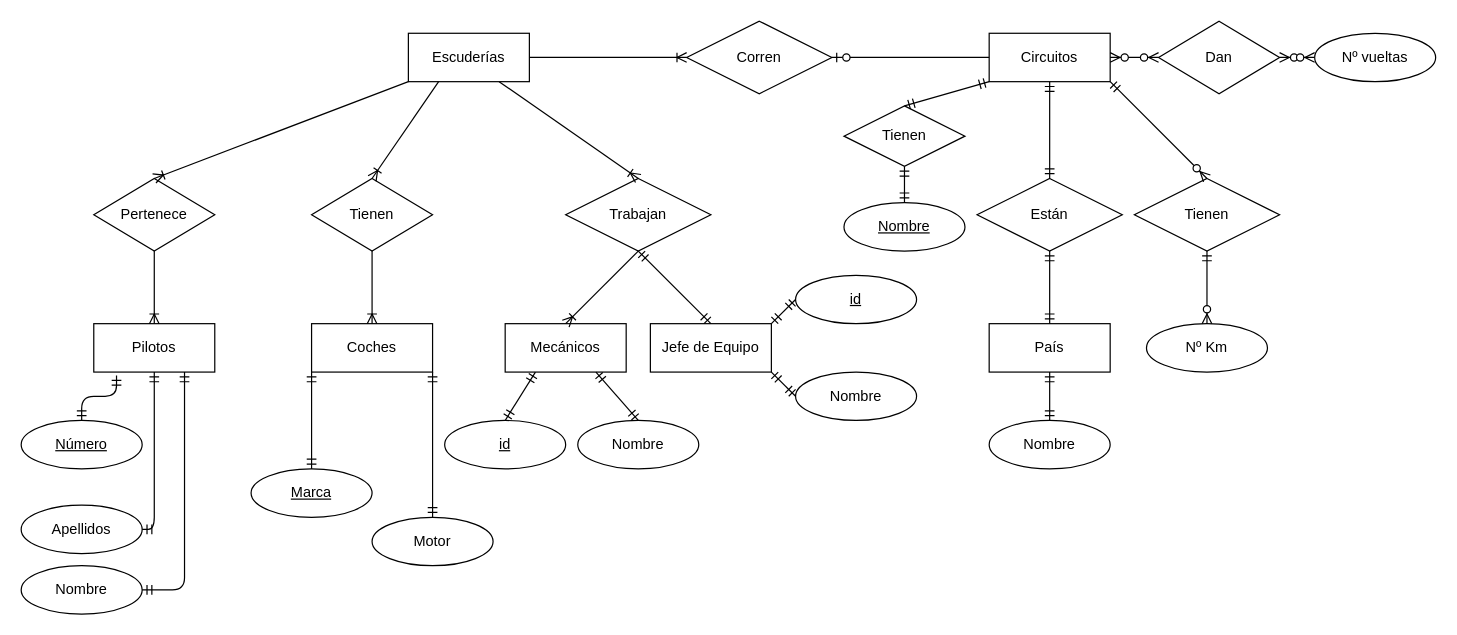
This is F1.drawio from CurtoBrull/fundamentos_bd, a draw.io file, before an edit. Source tidied: cells renumbered, new cells numbered last; positions are measured from the earlier drawing's top-left corner, leaving out a move shared by most shapes. Both pictures are drawn from the tidied source at 121%, with x=0, y=0 at pixel (21, 21).
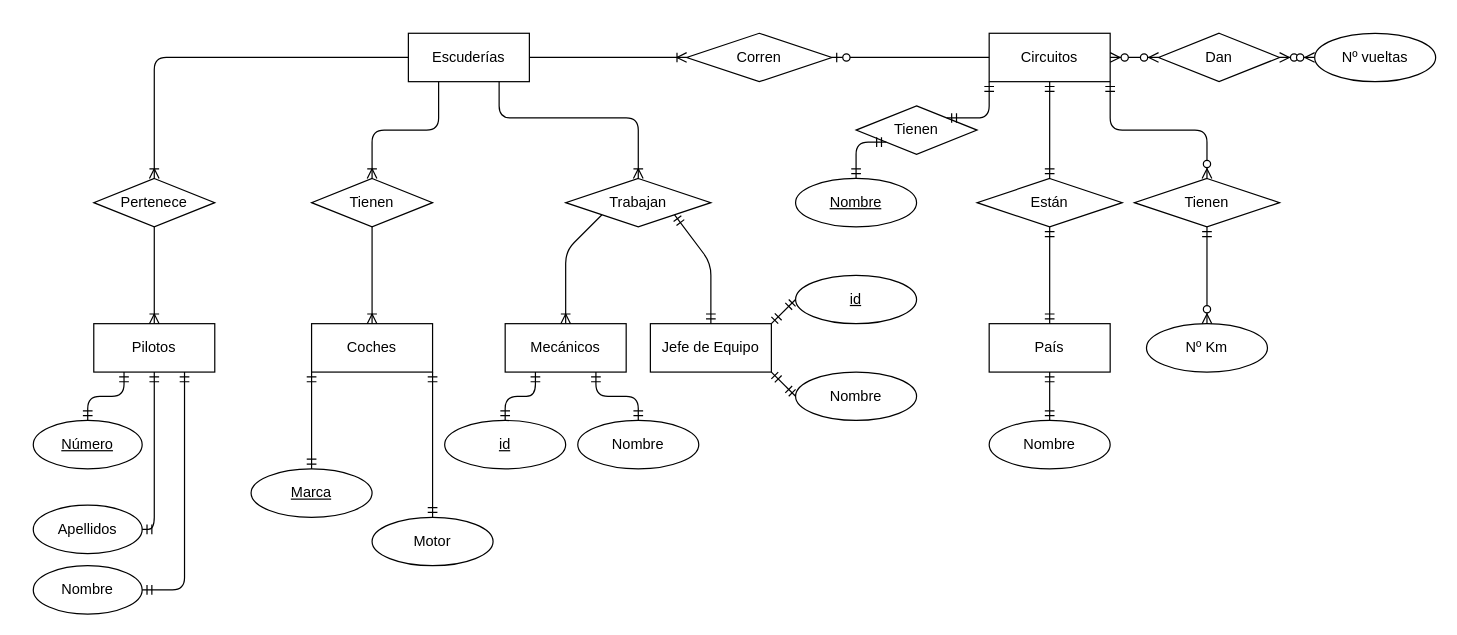
The same page after the edit.

Unchanged cells that the change refers to:
```xml
<mxCell id="2" value="Escuderías" style="whiteSpace=wrap;html=1;align=center;" parent="1" vertex="1">
  <mxGeometry x="320" y="10" width="100" height="40" as="geometry" />
</mxCell>
<mxCell id="3" value="Pilotos" style="whiteSpace=wrap;html=1;align=center;" parent="1" vertex="1">
  <mxGeometry x="60" y="250" width="100" height="40" as="geometry" />
</mxCell>
<mxCell id="10" value="Mecánicos" style="whiteSpace=wrap;html=1;align=center;" parent="1" vertex="1">
  <mxGeometry x="400" y="250" width="100" height="40" as="geometry" />
</mxCell>
<mxCell id="11" value="Jefe de Equipo" style="whiteSpace=wrap;html=1;align=center;" parent="1" vertex="1">
  <mxGeometry x="520" y="250" width="100" height="40" as="geometry" />
</mxCell>
<mxCell id="13" value="Circuitos" style="whiteSpace=wrap;html=1;align=center;" parent="1" vertex="1">
  <mxGeometry x="800" y="10" width="100" height="40" as="geometry" />
</mxCell>
<mxCell id="33" value="id" style="ellipse;whiteSpace=wrap;html=1;align=center;fontStyle=4;" parent="1" vertex="1">
  <mxGeometry x="350" y="330" width="100" height="40" as="geometry" />
</mxCell>
<mxCell id="43" value="Nombre" style="ellipse;whiteSpace=wrap;html=1;align=center;" parent="1" vertex="1">
  <mxGeometry x="460" y="330" width="100" height="40" as="geometry" />
</mxCell>
```

The edit, as a diff of the source:
```diff
@@
     <mxCell id="4" value="Pertenece" style="shape=rhombus;perimeter=rhombusPerimeter;whiteSpace=wrap;html=1;align=center;" parent="1" vertex="1">
-      <mxGeometry x="60" y="130" width="100" height="60" as="geometry" />
+      <mxGeometry x="60" y="130" width="100" height="40" as="geometry" />
     </mxCell>
-    <mxCell id="5" style="fontSize=12;html=1;endArrow=ERoneToMany;exitX=0;exitY=1;exitDx=0;exitDy=0;entryX=0.5;entryY=0;entryDx=0;entryDy=0;" parent="1" edge="1" source="2" target="4">
-      <mxGeometry relative="1" as="geometry" />
+    <mxCell id="5" style="fontSize=12;html=1;endArrow=ERoneToMany;exitX=0;exitY=0.5;exitDx=0;exitDy=0;entryX=0.5;entryY=0;entryDx=0;entryDy=0;" parent="1" edge="1" source="2" target="4">
+      <mxGeometry relative="1" as="geometry">
+        <Array as="points">
+          <mxPoint x="110" y="30" />
+        </Array>
+      </mxGeometry>
     </mxCell>
@@
     <mxCell id="7" value="Tienen" style="shape=rhombus;perimeter=rhombusPerimeter;whiteSpace=wrap;html=1;align=center;" parent="1" vertex="1">
-      <mxGeometry x="240" y="130" width="100" height="60" as="geometry" />
+      <mxGeometry x="240" y="130" width="100" height="40" as="geometry" />
     </mxCell>
@@
     <mxCell id="9" value="Trabajan" style="shape=rhombus;perimeter=rhombusPerimeter;whiteSpace=wrap;html=1;align=center;" parent="1" vertex="1">
-      <mxGeometry x="450" y="130" width="120" height="60" as="geometry" />
+      <mxGeometry x="450" y="130" width="120" height="40" as="geometry" />
     </mxCell>
@@
     <mxCell id="12" value="Corren" style="shape=rhombus;perimeter=rhombusPerimeter;whiteSpace=wrap;html=1;align=center;" parent="1" vertex="1">
-      <mxGeometry x="550" width="120" height="60" as="geometry" />
+      <mxGeometry x="550" y="10" width="120" height="40" as="geometry" />
     </mxCell>
@@
     <mxCell id="14" value="Están" style="shape=rhombus;perimeter=rhombusPerimeter;whiteSpace=wrap;html=1;align=center;" parent="1" vertex="1">
-      <mxGeometry x="790" y="130" width="120" height="60" as="geometry" />
+      <mxGeometry x="790" y="130" width="120" height="40" as="geometry" />
     </mxCell>
@@
     <mxCell id="16" value="Tienen" style="shape=rhombus;perimeter=rhombusPerimeter;whiteSpace=wrap;html=1;align=center;" parent="1" vertex="1">
-      <mxGeometry x="920" y="130" width="120" height="60" as="geometry" />
+      <mxGeometry x="920" y="130" width="120" height="40" as="geometry" />
     </mxCell>
     <mxCell id="17" value="Dan" style="shape=rhombus;perimeter=rhombusPerimeter;whiteSpace=wrap;html=1;align=center;" parent="1" vertex="1">
-      <mxGeometry x="940" width="100" height="60" as="geometry" />
+      <mxGeometry x="940" y="10" width="100" height="40" as="geometry" />
     </mxCell>
     <mxCell id="18" style="fontSize=12;html=1;endArrow=ERoneToMany;entryX=0.5;entryY=0;entryDx=0;entryDy=0;exitX=0.25;exitY=1;exitDx=0;exitDy=0;" parent="1" edge="1" source="2" target="7">
-      <mxGeometry relative="1" as="geometry" />
+      <mxGeometry relative="1" as="geometry">
+        <Array as="points">
+          <mxPoint x="345" y="90" />
+          <mxPoint x="290" y="90" />
+        </Array>
+      </mxGeometry>
     </mxCell>
@@
     <mxCell id="20" style="fontSize=12;html=1;endArrow=ERoneToMany;entryX=0.5;entryY=0;entryDx=0;entryDy=0;exitX=0.75;exitY=1;exitDx=0;exitDy=0;" parent="1" edge="1" source="2" target="9">
-      <mxGeometry relative="1" as="geometry" />
+      <mxGeometry relative="1" as="geometry">
+        <Array as="points">
+          <mxPoint x="395" y="80" />
+          <mxPoint x="510" y="80" />
+        </Array>
+      </mxGeometry>
     </mxCell>
-    <mxCell id="21" style="fontSize=12;html=1;endArrow=ERoneToMany;entryX=0.5;entryY=0;entryDx=0;entryDy=0;exitX=0.5;exitY=1;exitDx=0;exitDy=0;" parent="1" edge="1" source="9" target="10">
-      <mxGeometry relative="1" as="geometry" />
+    <mxCell id="21" style="fontSize=12;html=1;endArrow=ERoneToMany;entryX=0.5;entryY=0;entryDx=0;entryDy=0;exitX=0;exitY=1;exitDx=0;exitDy=0;" parent="1" edge="1" source="9" target="10">
+      <mxGeometry relative="1" as="geometry">
+        <Array as="points">
+          <mxPoint x="450" y="190" />
+        </Array>
+      </mxGeometry>
     </mxCell>
-    <mxCell id="22" style="fontSize=12;html=1;endArrow=ERmandOne;startArrow=ERmandOne;exitX=0.5;exitY=0;exitDx=0;exitDy=0;entryX=0.5;entryY=1;entryDx=0;entryDy=0;" parent="1" edge="1" source="11" target="9">
-      <mxGeometry relative="1" as="geometry" />
+    <mxCell id="22" style="fontSize=12;html=1;endArrow=ERmandOne;startArrow=ERmandOne;exitX=0.5;exitY=0;exitDx=0;exitDy=0;entryX=1;entryY=1;entryDx=0;entryDy=0;" parent="1" edge="1" source="11" target="9">
+      <mxGeometry relative="1" as="geometry">
+        <Array as="points">
+          <mxPoint x="570" y="200" />
+        </Array>
+      </mxGeometry>
     </mxCell>
@@
     <mxCell id="30" style="fontSize=12;html=1;endArrow=ERzeroToMany;startArrow=ERmandOne;exitX=1;exitY=1;exitDx=0;exitDy=0;entryX=0.5;entryY=0;entryDx=0;entryDy=0;" parent="1" edge="1" source="13" target="16">
-      <mxGeometry relative="1" as="geometry" />
+      <mxGeometry relative="1" as="geometry">
+        <Array as="points">
+          <mxPoint x="900" y="90" />
+          <mxPoint x="980" y="90" />
+        </Array>
+      </mxGeometry>
     </mxCell>
     <mxCell id="31" value="Número" style="ellipse;whiteSpace=wrap;html=1;align=center;fontStyle=4;" parent="1" vertex="1">
-      <mxGeometry y="330" width="100" height="40" as="geometry" />
+      <mxGeometry x="10" y="330" width="90" height="40" as="geometry" />
     </mxCell>
@@
     <mxCell id="35" value="Apellidos" style="ellipse;whiteSpace=wrap;html=1;align=center;" parent="1" vertex="1">
-      <mxGeometry y="400" width="100" height="40" as="geometry" />
+      <mxGeometry x="10" y="400" width="90" height="40" as="geometry" />
     </mxCell>
     <mxCell id="36" value="Nombre" style="ellipse;whiteSpace=wrap;html=1;align=center;" parent="1" vertex="1">
-      <mxGeometry y="450" width="100" height="40" as="geometry" />
+      <mxGeometry x="10" y="450" width="90" height="40" as="geometry" />
     </mxCell>
-    <mxCell id="37" style="edgeStyle=orthogonalEdgeStyle;fontSize=12;html=1;endArrow=ERmandOne;startArrow=ERmandOne;entryX=0.188;entryY=1.07;entryDx=0;entryDy=0;exitX=0.5;exitY=0;exitDx=0;exitDy=0;entryPerimeter=0;" parent="1" edge="1" source="31" target="3">
+    <mxCell id="37" style="edgeStyle=orthogonalEdgeStyle;fontSize=12;html=1;endArrow=ERmandOne;startArrow=ERmandOne;entryX=0.25;entryY=1;entryDx=0;entryDy=0;exitX=0.5;exitY=0;exitDx=0;exitDy=0;" parent="1" edge="1" source="31" target="3">
       <mxGeometry relative="1" as="geometry" />
     </mxCell>
@@
     <mxCell id="45" style="fontSize=12;html=1;endArrow=ERmandOne;startArrow=ERmandOne;entryX=0.25;entryY=1;entryDx=0;entryDy=0;exitX=0.5;exitY=0;exitDx=0;exitDy=0;" parent="1" edge="1" source="33" target="10">
-      <mxGeometry relative="1" as="geometry" />
+      <mxGeometry relative="1" as="geometry">
+        <Array as="points">
+          <mxPoint x="400" y="310" />
+          <mxPoint x="425" y="310" />
+        </Array>
+      </mxGeometry>
     </mxCell>
     <mxCell id="46" style="fontSize=12;html=1;endArrow=ERmandOne;startArrow=ERmandOne;entryX=0.75;entryY=1;entryDx=0;entryDy=0;exitX=0.5;exitY=0;exitDx=0;exitDy=0;" parent="1" edge="1" source="43" target="10">
-      <mxGeometry relative="1" as="geometry" />
+      <mxGeometry relative="1" as="geometry">
+        <Array as="points">
+          <mxPoint x="510" y="310" />
+          <mxPoint x="475" y="310" />
+        </Array>
+      </mxGeometry>
     </mxCell>
@@
     <mxCell id="52" value="Tienen" style="shape=rhombus;perimeter=rhombusPerimeter;whiteSpace=wrap;html=1;align=center;" parent="1" vertex="1">
-      <mxGeometry x="680" y="70" width="100" height="50" as="geometry" />
+      <mxGeometry x="690" y="70" width="100" height="40" as="geometry" />
     </mxCell>
     <mxCell id="53" value="Nombre" style="ellipse;whiteSpace=wrap;html=1;align=center;fontStyle=4;" parent="1" vertex="1">
-      <mxGeometry x="680" y="150" width="100" height="40" as="geometry" />
+      <mxGeometry x="640" y="130" width="100" height="40" as="geometry" />
     </mxCell>
-    <mxCell id="54" style="fontSize=12;html=1;endArrow=ERmandOne;startArrow=ERmandOne;entryX=0.5;entryY=0;entryDx=0;entryDy=0;exitX=0;exitY=1;exitDx=0;exitDy=0;" parent="1" edge="1" source="13" target="52">
-      <mxGeometry relative="1" as="geometry" />
+    <mxCell id="54" style="fontSize=12;html=1;endArrow=ERmandOne;startArrow=ERmandOne;entryX=1;entryY=0;entryDx=0;entryDy=0;exitX=0;exitY=1;exitDx=0;exitDy=0;" parent="1" edge="1" source="13" target="52">
+      <mxGeometry relative="1" as="geometry">
+        <Array as="points">
+          <mxPoint x="800" y="80" />
+        </Array>
+      </mxGeometry>
     </mxCell>
-    <mxCell id="55" style="fontSize=12;html=1;endArrow=ERmandOne;startArrow=ERmandOne;entryX=0.5;entryY=1;entryDx=0;entryDy=0;exitX=0.5;exitY=0;exitDx=0;exitDy=0;" parent="1" edge="1" source="53" target="52">
-      <mxGeometry relative="1" as="geometry" />
+    <mxCell id="55" style="fontSize=12;html=1;endArrow=ERmandOne;startArrow=ERmandOne;entryX=0;entryY=1;entryDx=0;entryDy=0;exitX=0.5;exitY=0;exitDx=0;exitDy=0;" parent="1" edge="1" source="53" target="52">
+      <mxGeometry relative="1" as="geometry">
+        <Array as="points">
+          <mxPoint x="690" y="100" />
+        </Array>
+      </mxGeometry>
     </mxCell>
```
